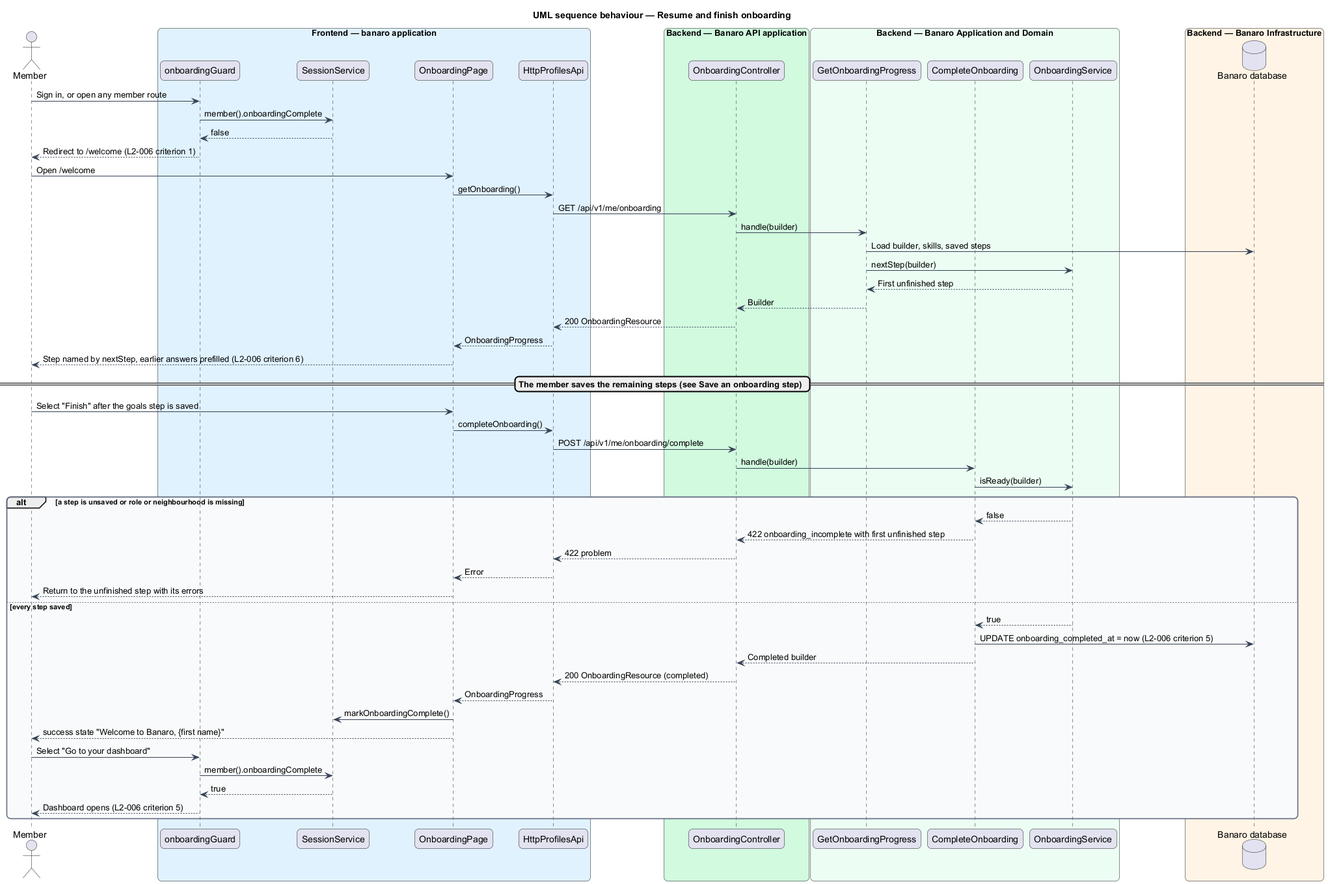
QuinntyneBrown/banaro keeps this PlantUML diagram as docs/detailed-designs/profiles/complete-onboarding/diagrams/sequence-resume-and-finish.png. Above is the earlier version.
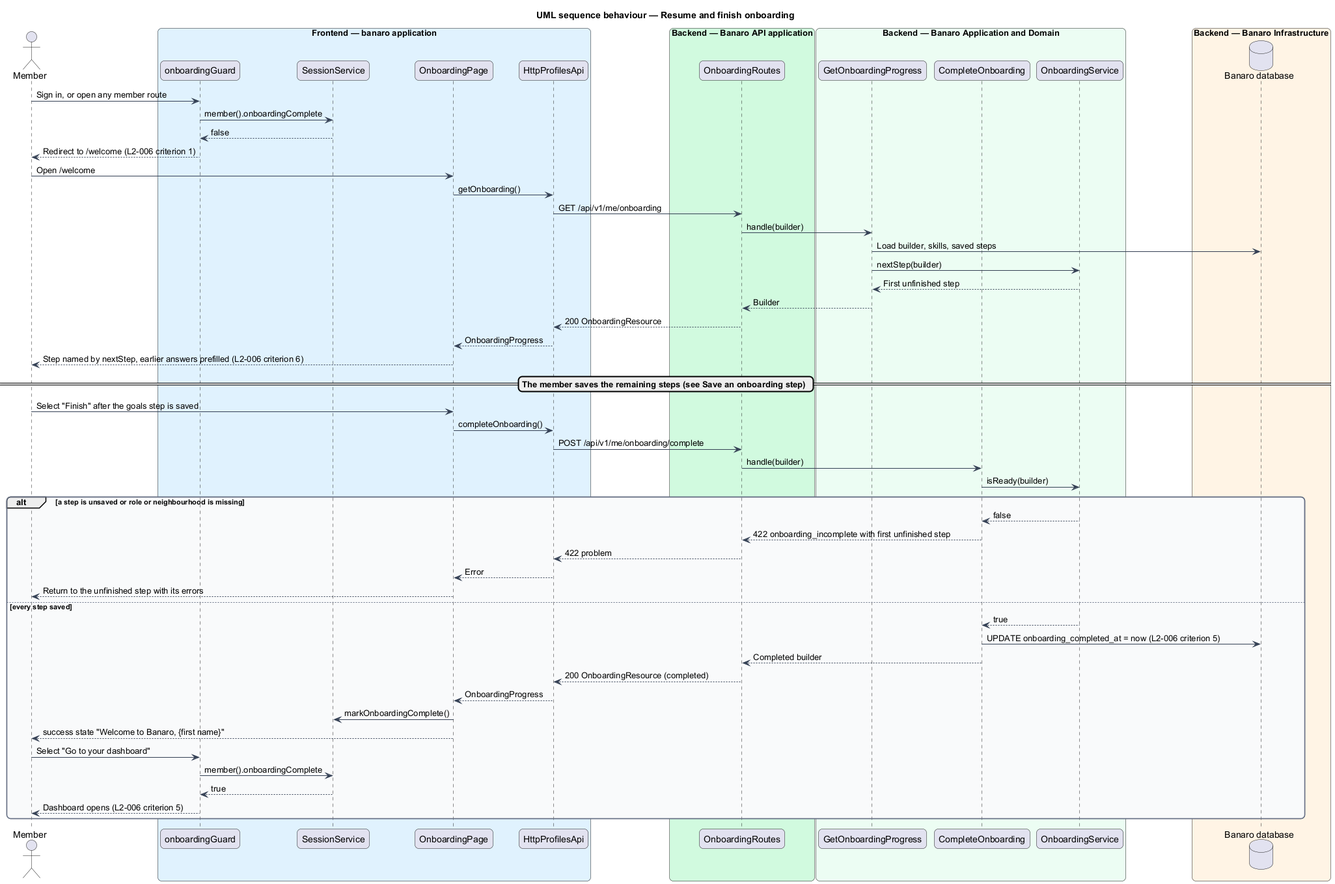
The same diagram one commit later.

What changed in the source:
```diff
@@ -22,7 +22,7 @@
   participant "HttpProfilesApi" as client
 end box
 box "Backend — Banaro API application" #D1FADF
-  participant "OnboardingController" as controller
+  participant "OnboardingRoutes" as controller
 end box
 box "Backend — Banaro Application and Domain" #ECFDF3
   participant "GetOnboardingProgress" as get
```
